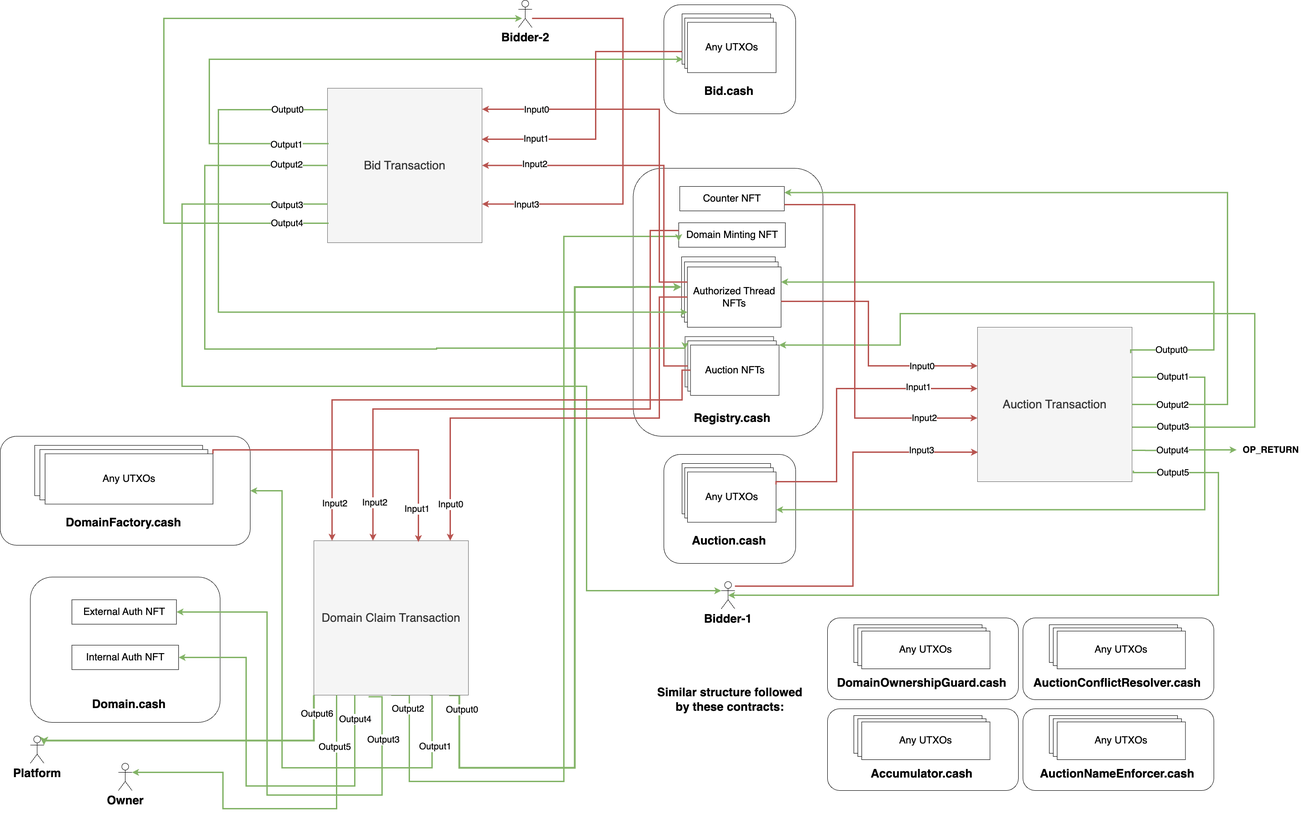
Above: architecture.png in BitCANN/bitcann-contracts (draw.io), before the change. Source tidied: cells renumbered, new cells last; positions are measured from the earlier drawing's top-left corner, leaving out a move shared by most shapes.
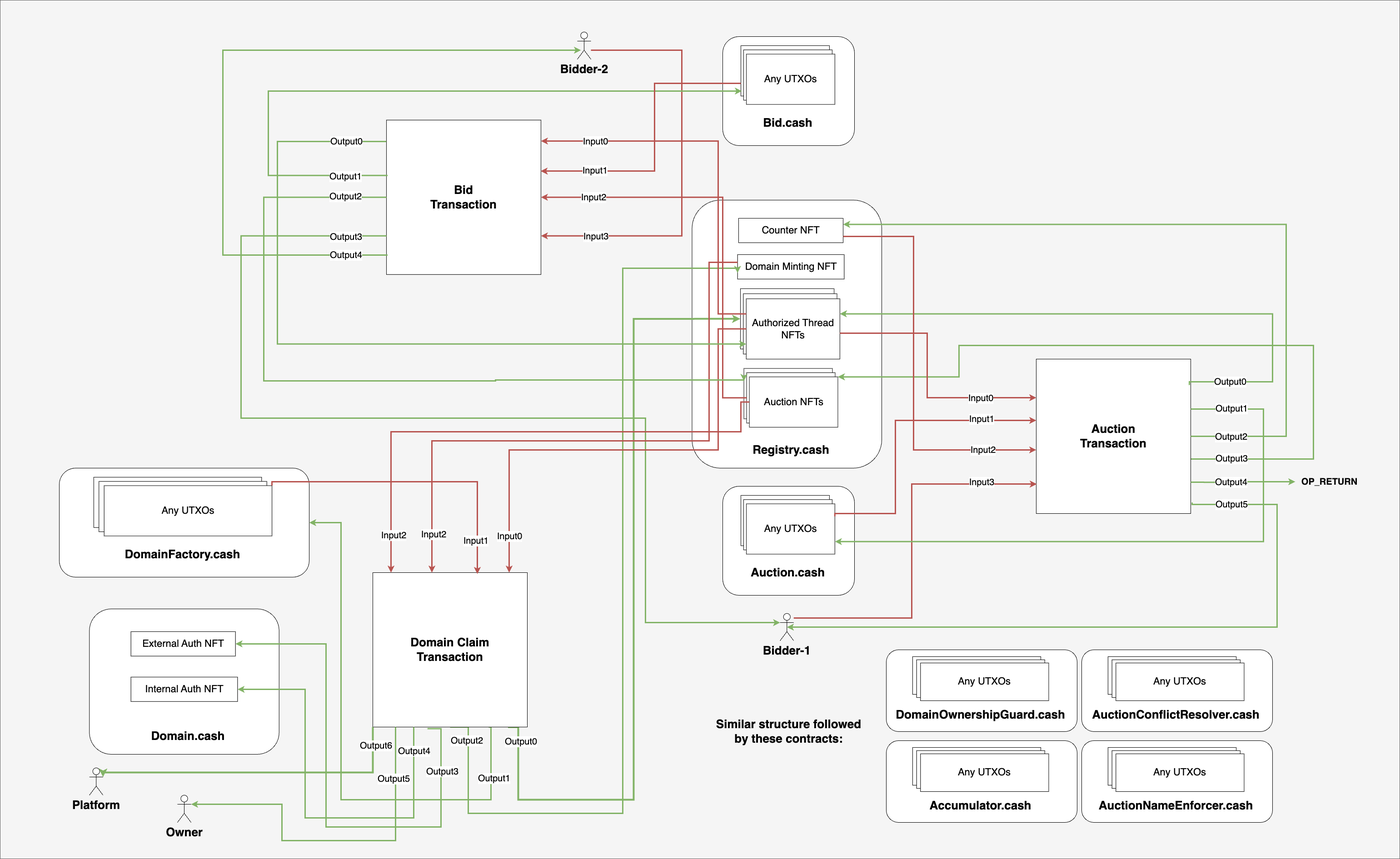
The same file after the commit.

The edit, as a diff of the source:
```diff
@@ -2,6 +2,9 @@
   <root>
     <mxCell id="0" />
     <mxCell id="1" parent="0" />
+    <mxCell id="138" style="rounded=0;whiteSpace=wrap;html=1;fillColor=#F5F5F5;fontColor=#333333;strokeColor=#666666;gradientColor=none;fillStyle=solid;" parent="1" vertex="1">
+      <mxGeometry x="-130" y="-70" width="3080" height="1890" as="geometry" />
+    </mxCell>
     <mxCell id="2" style="group;" parent="1" vertex="1">
       <mxGeometry x="1392.5" y="370" width="417.5" height="590" as="geometry" />
     </mxCell>
@@ -59,7 +62,7 @@
         <mxPoint x="10" as="offset" />
       </mxGeometry>
     </mxCell>
-    <mxCell id="18" value="&lt;font style=&quot;font-size: 26px;&quot;&gt;Auction Transaction&lt;/font&gt;" style="whiteSpace=wrap;html=1;fillColor=#f5f5f5;strokeColor=#666666;fontColor=#333333;" parent="1" vertex="1">
+    <mxCell id="18" value="&lt;font style=&quot;font-size: 26px;&quot;&gt;&lt;b&gt;Auction&lt;/b&gt;&lt;/font&gt;&lt;div&gt;&lt;font style=&quot;font-size: 26px;&quot;&gt;&lt;b&gt;Transaction&lt;/b&gt;&lt;/font&gt;&lt;/div&gt;" style="whiteSpace=wrap;html=1;" parent="1" vertex="1">
       <mxGeometry x="2150" y="720" width="340" height="340" as="geometry" />
     </mxCell>
     <mxCell id="19" style="edgeStyle=orthogonalEdgeStyle;rounded=0;jettySize=auto;html=1;entryX=0;entryY=0.25;entryDx=0;entryDy=0;fillColor=#f8cecc;strokeColor=#b85450;strokeWidth=3;" parent="1" edge="1" source="7" target="18">
@@ -85,7 +88,7 @@
     </mxCell>
     <mxCell id="22" value="&lt;font style=&quot;font-size: 20px;&quot;&gt;Input3&lt;/font&gt;" style="edgeLabel;html=1;align=center;verticalAlign=middle;" parent="21" vertex="1">
       <mxGeometry x="0.61" y="4" relative="1" as="geometry">
-        <mxPoint x="36" y="-1" as="offset" />
+        <mxPoint x="39" y="-1" as="offset" />
       </mxGeometry>
     </mxCell>
     <mxCell id="23" style="edgeStyle=orthogonalEdgeStyle;rounded=0;jettySize=auto;html=1;fillColor=#d5e8d4;strokeColor=#82b366;strokeWidth=3;exitX=1.009;exitY=0.929;exitDx=0;exitDy=0;exitPerimeter=0;entryX=0.5;entryY=0.5;entryDx=0;entryDy=0;entryPerimeter=0;" parent="1" edge="1" source="18" target="15">
@@ -102,7 +105,7 @@
         <mxPoint x="-9" as="offset" />
       </mxGeometry>
     </mxCell>
-    <mxCell id="25" value="&lt;font style=&quot;font-size: 26px;&quot;&gt;Bid Transaction&lt;/font&gt;" style="whiteSpace=wrap;html=1;fillColor=#f5f5f5;strokeColor=#666666;fontColor=#333333;" parent="1" vertex="1">
+    <mxCell id="25" value="&lt;font style=&quot;font-size: 26px;&quot;&gt;&lt;b&gt;Bid&lt;/b&gt;&lt;/font&gt;&lt;div&gt;&lt;font style=&quot;font-size: 26px;&quot;&gt;&lt;b&gt;Transaction&lt;/b&gt;&lt;/font&gt;&lt;/div&gt;" style="whiteSpace=wrap;html=1;" parent="1" vertex="1">
       <mxGeometry x="720" y="193.8" width="340" height="340" as="geometry" />
     </mxCell>
     <mxCell id="26" style="edgeStyle=orthogonalEdgeStyle;rounded=0;jettySize=auto;html=1;entryX=1;entryY=0.75;entryDx=0;entryDy=0;fillColor=#f8cecc;strokeColor=#b85450;strokeWidth=3;" parent="1" edge="1" source="28" target="25">
@@ -115,7 +118,7 @@
     </mxCell>
     <mxCell id="27" value="&lt;font style=&quot;font-size: 20px;&quot;&gt;Input3&lt;/font&gt;" style="edgeLabel;html=1;align=center;verticalAlign=middle;" parent="26" vertex="1">
       <mxGeometry x="0.78" y="-1" relative="1" as="geometry">
-        <mxPoint x="-4" y="2" as="offset" />
+        <mxPoint x="19" y="2" as="offset" />
       </mxGeometry>
     </mxCell>
     <mxCell id="28" value="&lt;font style=&quot;font-size: 26px;&quot;&gt;&lt;b style=&quot;&quot;&gt;Bidder-2&lt;/b&gt;&lt;/font&gt;" style="shape=umlActor;verticalLabelPosition=bottom;verticalAlign=top;html=1;outlineConnect=0;" parent="1" vertex="1">
@@ -281,7 +284,7 @@
     <mxCell id="63" value="&lt;font style=&quot;font-size: 20px;&quot;&gt;Output2&lt;/font&gt;" style="edgeLabel;html=1;align=center;verticalAlign=middle;" parent="62" vertex="1">
       <mxGeometry x="-0.93" y="-4" relative="1" as="geometry" />
     </mxCell>
-    <mxCell id="64" value="&lt;font style=&quot;font-size: 26px;&quot;&gt;Domain Claim Transaction&lt;/font&gt;" style="whiteSpace=wrap;html=1;fillColor=#f5f5f5;strokeColor=#666666;fontColor=#333333;" parent="1" vertex="1">
+    <mxCell id="64" value="&lt;font style=&quot;font-size: 26px;&quot;&gt;&lt;b&gt;Domain Claim&lt;/b&gt;&lt;/font&gt;&lt;div&gt;&lt;font style=&quot;font-size: 26px;&quot;&gt;&lt;b&gt;Transaction&lt;/b&gt;&lt;/font&gt;&lt;/div&gt;" style="whiteSpace=wrap;html=1;" parent="1" vertex="1">
       <mxGeometry x="690" y="1190" width="340" height="340" as="geometry" />
     </mxCell>
     <mxCell id="65" value="&lt;font style=&quot;font-size: 26px;&quot;&gt;&lt;b style=&quot;&quot;&gt;Owner&lt;/b&gt;&lt;/font&gt;" style="shape=umlActor;verticalLabelPosition=bottom;verticalAlign=top;html=1;outlineConnect=0;" parent="1" vertex="1">
@@ -355,7 +358,7 @@
     </mxCell>
     <mxCell id="75" value="&lt;font style=&quot;font-size: 20px;&quot;&gt;Input2&lt;/font&gt;" style="edgeLabel;html=1;align=center;verticalAlign=middle;" parent="74" vertex="1">
       <mxGeometry x="0.74" y="-3" relative="1" as="geometry">
-        <mxPoint x="-1" as="offset" />
+        <mxPoint x="-1" y="3" as="offset" />
       </mxGeometry>
     </mxCell>
     <mxCell id="76" style="edgeStyle=orthogonalEdgeStyle;rounded=0;jettySize=auto;html=1;entryX=0;entryY=0.75;entryDx=0;entryDy=0;exitX=-0.001;exitY=0.139;exitDx=0;exitDy=0;exitPerimeter=0;fillColor=#d5e8d4;strokeColor=#82b366;strokeWidth=3;" parent="1" edge="1" source="25" target="7">
@@ -632,7 +635,7 @@
     </mxCell>
     <mxCell id="137" value="&lt;font style=&quot;font-size: 20px;&quot;&gt;Input1&lt;/font&gt;" style="edgeLabel;html=1;align=center;verticalAlign=middle;" parent="136" vertex="1">
       <mxGeometry x="0.5" y="1" relative="1" as="geometry">
-        <mxPoint x="32" y="-3" as="offset" />
+        <mxPoint x="42" y="-3" as="offset" />
       </mxGeometry>
     </mxCell>
   </root>
```
